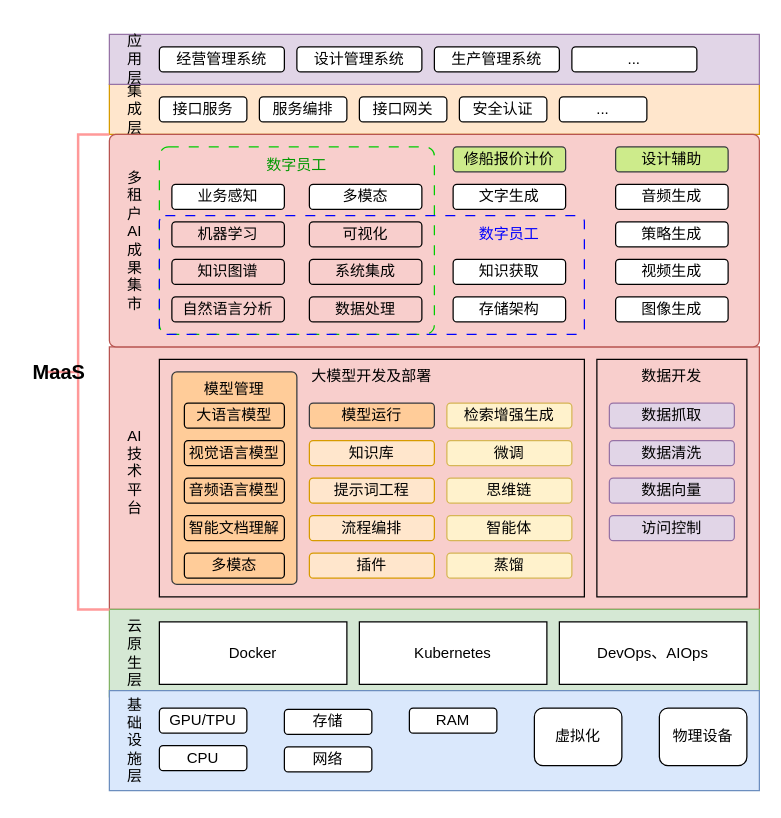
Earlier version of the draw.io diagram page "第 1 页" (1 of 2) of 大语言模型技术架构.drawio (blackdreamzg/bak). Source tidied: cells renumbered, new cells numbered last; positions are measured from the earlier drawing's top-left corner, leaving out a move shared by most shapes. Both pictures are drawn from the tidied source at 125%, with x=0, y=0 at pixel (21, 21).
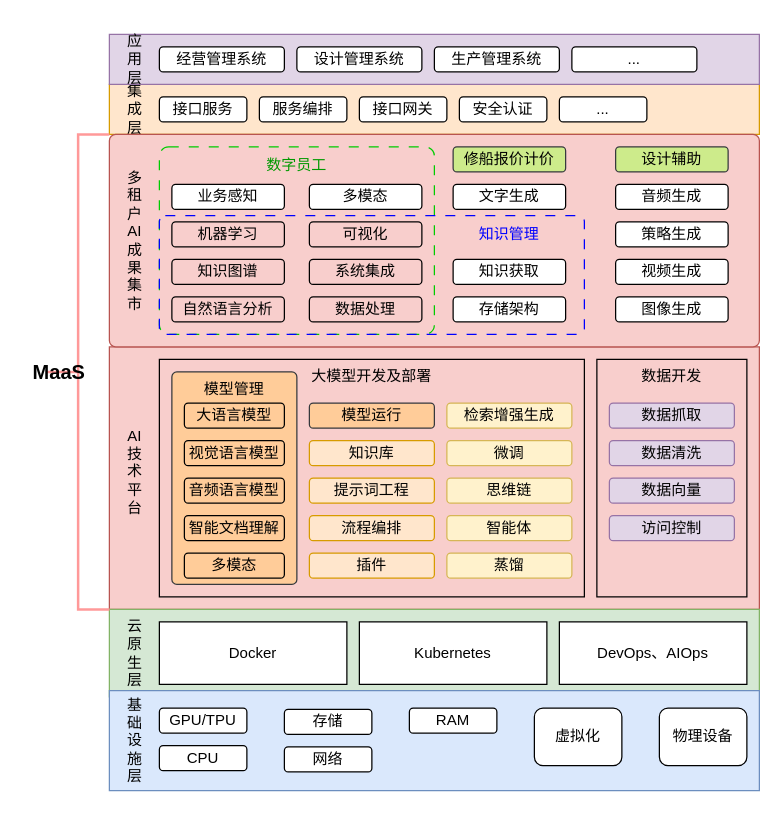
The same diagram, later.

Commit message:
更新大语言模型技术架构.drawio

Change to the diagram source:
```diff
@@
-    <mxCell id="67" value="数字员工" style="text;html=1;align=center;verticalAlign=middle;whiteSpace=wrap;rounded=0;fontColor=#0000FF;" parent="1" vertex="1">
+    <mxCell id="67" value="知识管理" style="text;html=1;align=center;verticalAlign=middle;whiteSpace=wrap;rounded=0;fontColor=#0000FF;" parent="1" vertex="1">
       <mxGeometry x="360" y="155" width="60" height="30" as="geometry" />
     </mxCell>
```
